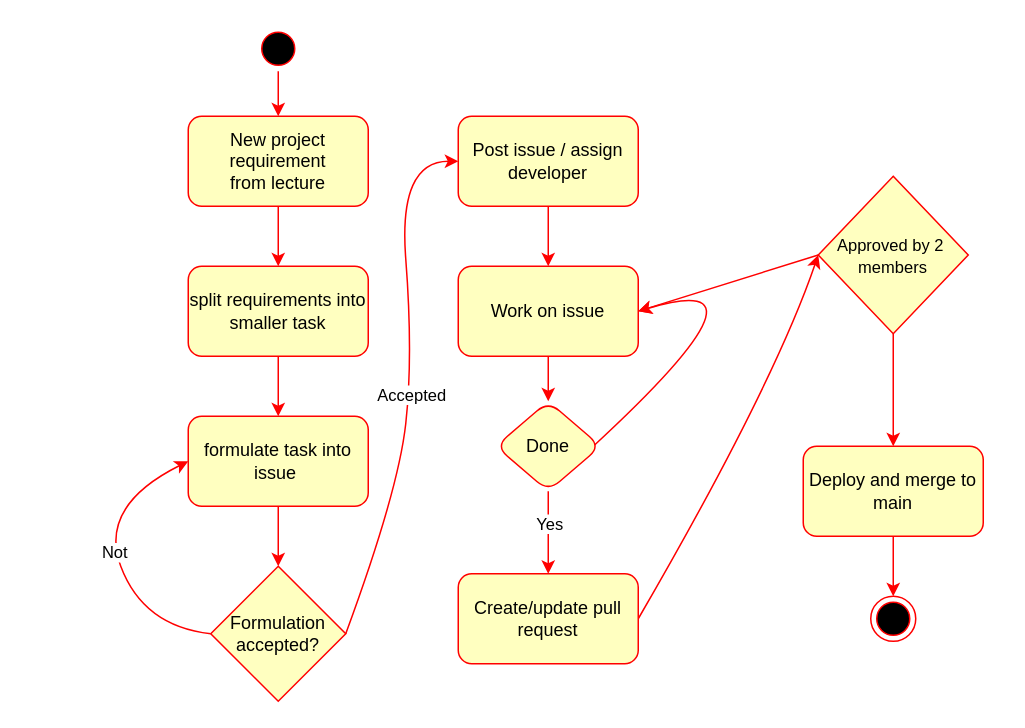
ITU-BDSA23-GROUP4/Chirp keeps this draw.io diagram as docs/diagrams/teamwork.drawio. Above is the earlier version. Source tidied: cells renumbered, new cells numbered last; positions are measured from the earlier drawing's top-left corner, leaving out a move shared by most shapes. Both pictures are drawn from the tidied source at 150%, with x=0, y=0 at pixel (98, 26).
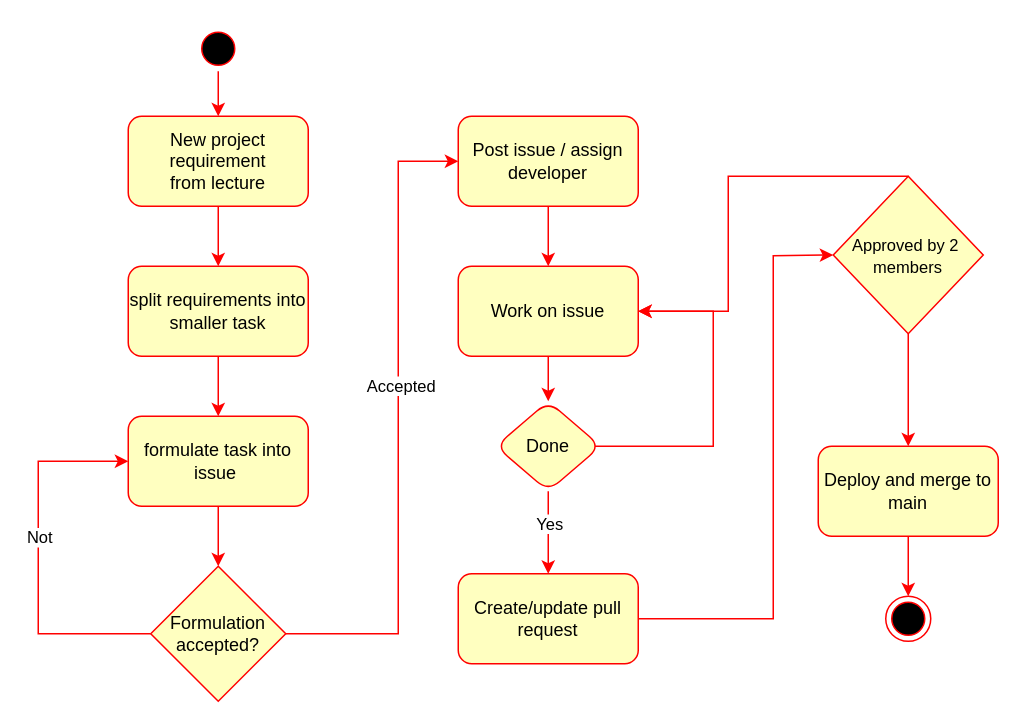
The same page after the edit.

Commit message (it also covers changes not shown here):
Figure size looks fine now

Unchanged cells that the change refers to:
```xml
<mxCell id="14" value="Post issue / assign developer" style="rounded=1;whiteSpace=wrap;html=1;fillColor=#FFFFC0;fontColor=#000000;strokeColor=#FF0000;" parent="1" vertex="1">
  <mxGeometry x="240" y="60" width="120" height="60" as="geometry" />
</mxCell>
<mxCell id="16" value="Work on issue" style="rounded=1;whiteSpace=wrap;html=1;fillColor=#FFFFC0;fontColor=#000000;strokeColor=#FF0000;" parent="1" vertex="1">
  <mxGeometry x="240" y="160" width="120" height="60" as="geometry" />
</mxCell>
<mxCell id="20" value="Done" style="rhombus;whiteSpace=wrap;html=1;fillColor=#FFFFC0;strokeColor=#FF0000;fontColor=#000000;rounded=1;" parent="1" vertex="1">
  <mxGeometry x="265" y="250" width="70" height="60" as="geometry" />
</mxCell>
<mxCell id="22" value="Create/update pull request" style="whiteSpace=wrap;html=1;fillColor=#FFFFC0;strokeColor=#FF0000;fontColor=#000000;rounded=1;" parent="1" vertex="1">
  <mxGeometry x="240" y="365" width="120" height="60" as="geometry" />
</mxCell>
```

What changed in the source:
```diff
@@
     <mxCell id="3" value="New project requirement&lt;br&gt;from lecture" style="rounded=1;whiteSpace=wrap;html=1;fillColor=#FFFFC0;fontColor=#000000;strokeColor=#FF0000;labelBorderColor=none;" parent="1" vertex="1">
-      <mxGeometry x="60" y="60" width="120" height="60" as="geometry" />
+      <mxGeometry x="20" y="60" width="120" height="60" as="geometry" />
     </mxCell>
@@
     <mxCell id="5" value="split requirements into smaller task" style="rounded=1;whiteSpace=wrap;html=1;fillColor=#FFFFC0;fontColor=#000000;strokeColor=#FF0000;" parent="1" vertex="1">
-      <mxGeometry x="60" y="160" width="120" height="60" as="geometry" />
+      <mxGeometry x="20" y="160" width="120" height="60" as="geometry" />
     </mxCell>
@@
     <mxCell id="7" value="formulate task into issue&amp;nbsp;" style="rounded=1;whiteSpace=wrap;html=1;fillColor=#FFFFC0;fontColor=#000000;strokeColor=#FF0000;" parent="1" vertex="1">
-      <mxGeometry x="60" y="260" width="120" height="60" as="geometry" />
+      <mxGeometry x="20" y="260" width="120" height="60" as="geometry" />
     </mxCell>
-    <mxCell id="8" style="edgeStyle=none;curved=1;html=1;entryX=0;entryY=0.5;entryDx=0;entryDy=0;startArrow=none;startFill=0;exitX=0;exitY=0.5;exitDx=0;exitDy=0;strokeColor=#FF0000;" parent="1" edge="1" source="12" target="7">
+    <mxCell id="8" style="edgeStyle=none;html=1;entryX=0;entryY=0.5;entryDx=0;entryDy=0;startArrow=none;startFill=0;exitX=0;exitY=0.5;exitDx=0;exitDy=0;strokeColor=#FF0000;rounded=0;" parent="1" edge="1" source="12" target="7">
       <mxGeometry relative="1" as="geometry">
         <Array as="points">
-          <mxPoint x="30" y="400" />
-          <mxPoint y="320" />
+          <mxPoint x="-40" y="405" />
+          <mxPoint x="-40" y="290" />
         </Array>
       </mxGeometry>
     </mxCell>
     <mxCell id="9" value="Not" style="edgeLabel;html=1;align=center;verticalAlign=middle;" parent="8" vertex="1">
       <mxGeometry x="-0.33" y="-8" relative="1" as="geometry">
-        <mxPoint x="-20" y="-27" as="offset" />
+        <mxPoint x="-8" y="-56" as="offset" />
       </mxGeometry>
     </mxCell>
-    <mxCell id="10" style="edgeStyle=none;curved=1;html=1;exitX=1;exitY=0.5;exitDx=0;exitDy=0;startArrow=none;startFill=0;entryX=0;entryY=0.5;entryDx=0;entryDy=0;strokeColor=#FF0000;" parent="1" edge="1" source="12" target="14">
+    <mxCell id="10" style="edgeStyle=none;html=1;exitX=1;exitY=0.5;exitDx=0;exitDy=0;startArrow=none;startFill=0;entryX=0;entryY=0.5;entryDx=0;entryDy=0;strokeColor=#FF0000;rounded=0;" parent="1" edge="1" source="12" target="14">
       <mxGeometry relative="1" as="geometry">
         <Array as="points">
-          <mxPoint x="200" y="310" />
-          <mxPoint x="210" y="220" />
+          <mxPoint x="200" y="405" />
           <mxPoint x="200" y="90" />
         </Array>
       </mxGeometry>
     </mxCell>
     <mxCell id="11" value="Accepted" style="edgeLabel;html=1;align=center;verticalAlign=middle;" parent="10" vertex="1">
       <mxGeometry x="-0.09" y="13" relative="1" as="geometry">
-        <mxPoint x="14" as="offset" />
+        <mxPoint x="14" y="-45" as="offset" />
       </mxGeometry>
     </mxCell>
     <mxCell id="12" value="Formulation&lt;br&gt;accepted?" style="rhombus;whiteSpace=wrap;html=1;fillColor=#FFFFC0;fontColor=#000000;strokeColor=#FF0000;" parent="1" vertex="1">
-      <mxGeometry x="75" y="360" width="90" height="90" as="geometry" />
+      <mxGeometry x="35" y="360" width="90" height="90" as="geometry" />
     </mxCell>
@@
-    <mxCell id="19" style="edgeStyle=none;html=1;entryX=1;entryY=0.5;entryDx=0;entryDy=0;strokeColor=#FF0000;fontSize=11;fontColor=#000000;startArrow=none;startFill=0;endArrow=classic;endFill=1;curved=1;exitX=0.929;exitY=0.5;exitDx=0;exitDy=0;exitPerimeter=0;" parent="1" edge="1" source="20" target="16">
+    <mxCell id="19" style="edgeStyle=none;html=1;entryX=1;entryY=0.5;entryDx=0;entryDy=0;strokeColor=#FF0000;fontSize=11;fontColor=#000000;startArrow=none;startFill=0;endArrow=classic;endFill=1;exitX=0.929;exitY=0.5;exitDx=0;exitDy=0;exitPerimeter=0;rounded=0;" parent="1" edge="1" source="20" target="16">
       <mxGeometry relative="1" as="geometry">
         <Array as="points">
-          <mxPoint x="460" y="160" />
+          <mxPoint x="410" y="280" />
+          <mxPoint x="410" y="190" />
         </Array>
       </mxGeometry>
     </mxCell>
@@
-    <mxCell id="21" style="edgeStyle=none;curved=1;html=1;exitX=1;exitY=0.5;exitDx=0;exitDy=0;startArrow=none;startFill=0;entryX=0;entryY=0.5;entryDx=0;entryDy=0;strokeColor=#FF0000;" parent="1" edge="1" source="22" target="32">
+    <mxCell id="21" style="edgeStyle=none;html=1;exitX=1;exitY=0.5;exitDx=0;exitDy=0;startArrow=none;startFill=0;entryX=0;entryY=0.5;entryDx=0;entryDy=0;strokeColor=#FF0000;rounded=0;" parent="1" edge="1" source="22" target="32">
       <mxGeometry relative="1" as="geometry">
         <Array as="points">
-          <mxPoint x="450" y="240" />
+          <mxPoint x="450" y="395" />
+          <mxPoint x="450" y="153" />
         </Array>
       </mxGeometry>
     </mxCell>
@@
     <mxCell id="24" value="Deploy and merge to main" style="whiteSpace=wrap;html=1;fillColor=#FFFFC0;strokeColor=#FF0000;fontColor=#000000;rounded=1;" parent="1" vertex="1">
-      <mxGeometry x="470" y="280" width="120" height="60" as="geometry" />
+      <mxGeometry x="480" y="280" width="120" height="60" as="geometry" />
     </mxCell>
@@
     <mxCell id="27" style="ellipse;html=1;shape=startState;fillColor=#000000;strokeColor=#ff0000;fontColor=#3B3B3B;" parent="1" vertex="1">
-      <mxGeometry x="105" width="30" height="30" as="geometry" />
+      <mxGeometry x="65" width="30" height="30" as="geometry" />
     </mxCell>
     <mxCell id="28" style="ellipse;html=1;shape=endState;fillColor=#000000;strokeColor=#ff0000;" parent="1" vertex="1">
-      <mxGeometry x="515" y="380" width="30" height="30" as="geometry" />
+      <mxGeometry x="525" y="380" width="30" height="30" as="geometry" />
     </mxCell>
     <mxCell id="29" style="edgeStyle=none;curved=1;html=1;entryX=0.5;entryY=0;entryDx=0;entryDy=0;fontSize=11;startArrow=none;startFill=0;strokeColor=#FF0000;endArrow=none;" parent="1" edge="1" target="32">
       <mxGeometry relative="1" as="geometry">
-        <mxPoint x="529.7" y="145" as="sourcePoint" />
+        <mxPoint x="539.7" y="145" as="sourcePoint" />
       </mxGeometry>
     </mxCell>
@@
-    <mxCell id="31" style="edgeStyle=none;curved=1;html=1;exitX=0;exitY=0.5;exitDx=0;exitDy=0;entryX=1;entryY=0.5;entryDx=0;entryDy=0;strokeColor=#FF0000;fontSize=11;fontColor=#000000;startArrow=none;startFill=0;endArrow=classic;endFill=1;" parent="1" edge="1" source="32" target="16">
-      <mxGeometry relative="1" as="geometry" />
+    <mxCell id="31" style="edgeStyle=none;html=1;exitX=0.5;exitY=0;exitDx=0;exitDy=0;entryX=1;entryY=0.5;entryDx=0;entryDy=0;strokeColor=#FF0000;fontSize=11;fontColor=#000000;startArrow=none;startFill=0;endArrow=classic;endFill=1;rounded=0;" parent="1" edge="1" source="32" target="16">
+      <mxGeometry relative="1" as="geometry">
+        <Array as="points">
+          <mxPoint x="420" y="100" />
+          <mxPoint x="420" y="153" />
+          <mxPoint x="420" y="190" />
+        </Array>
+      </mxGeometry>
     </mxCell>
     <mxCell id="32" value="&lt;font style=&quot;font-size: 11px;&quot;&gt;Approved by 2&amp;nbsp; members&lt;/font&gt;" style="rhombus;whiteSpace=wrap;html=1;fillColor=#FFFFC0;fontColor=#000000;strokeColor=#FF0000;" parent="1" vertex="1">
-      <mxGeometry x="480" y="100" width="100" height="105" as="geometry" />
+      <mxGeometry x="490" y="100" width="100" height="105" as="geometry" />
     </mxCell>
```
